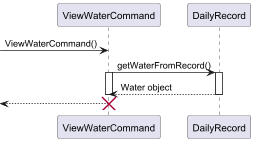
Before: docs/images/viewWaterSequenceDiagram.png, a diagram exported from PlantUML (nus-cs2113-AY2425S1/tp).
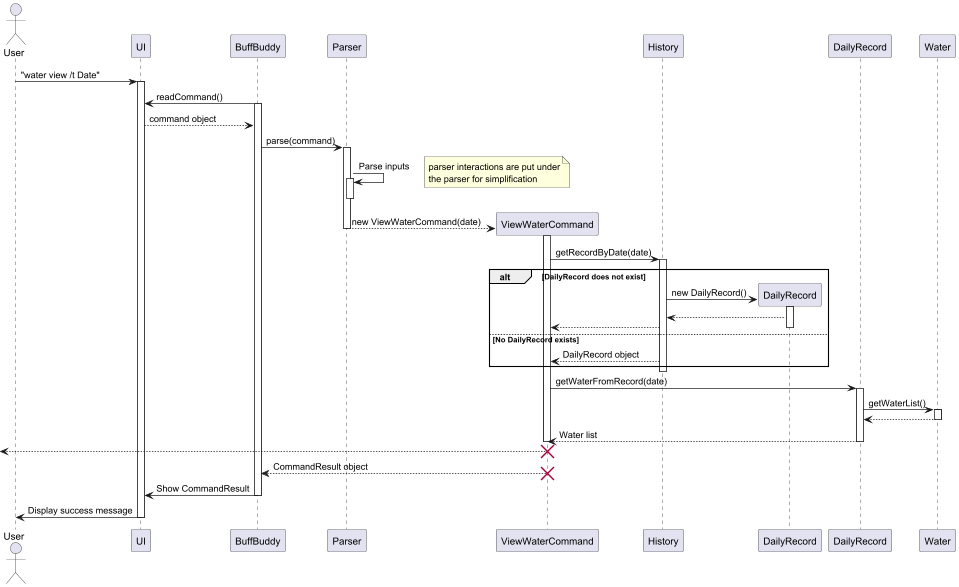
Later version of the same file.

Commit message:
Make full seq diagram for felete and view water

Diff of the diagram source:
```diff
@@ -1,17 +1,72 @@
 @startuml
 
-participant "ViewWaterCommand" as ViewCmd
+actor User
+participant "UI" as UI
+participant "BuffBuddy" as BB
+participant "Parser" as Parser
+participant "ViewWaterCommand" as Cmd
+participant "History" as History
 participant "DailyRecord" as DailyRec
 
-create ViewCmd
--> ViewCmd : ViewWaterCommand()
-ViewCmd -> DailyRec: getWaterFromRecord()
-activate ViewCmd
-activate DailyRec
-DailyRec --> ViewCmd: Water object
-deactivate DailyRec
+User -> UI: "water view /t Date"
+activate UI
+BB -> UI: readCommand()
+activate BB
+UI --> BB: command object
+BB -> Parser: parse(command)
+activate Parser
+Parser -> Parser : Parse inputs
+note right
+parser interactions are put under
+the parser for simplification
+end note
+activate Parser
+deactivate Parser
+create Cmd
+Parser --> Cmd: new ViewWaterCommand(date)
+deactivate Parser
 
-deactivate ViewCmd
-<-- ViewCmd
-destroy ViewCmd
+activate Cmd
+
+Cmd -> History: getRecordByDate(date)
+activate History
+
+alt DailyRecord does not exist
+  create DailyRec
+  History -> DailyRec: new DailyRecord()
+  activate DailyRec
+  DailyRec --> History
+  History --> Cmd
+  deactivate DailyRec
+else No DailyRecord exists
+  History --> Cmd: DailyRecord object
+end
+deactivate History
+
+activate Cmd
+Cmd -> DailyRecord: getWaterFromRecord(date)
+activate DailyRecord
+
+DailyRecord -> Water: getWaterList()
+activate Water
+Water --> DailyRecord
+deactivate Water
+
+DailyRecord --> Cmd: Water list
+deactivate DailyRecord
+
+deactivate Cmd
+<-- Cmd :
+destroy Cmd
+
+Cmd --> BB: CommandResult object
+deactivate Cmd
+destroy Cmd
+
+BB -> UI: Show CommandResult
+deactivate BB
+
+UI -> User: Display success message
+deactivate UI
+
 @enduml
```
